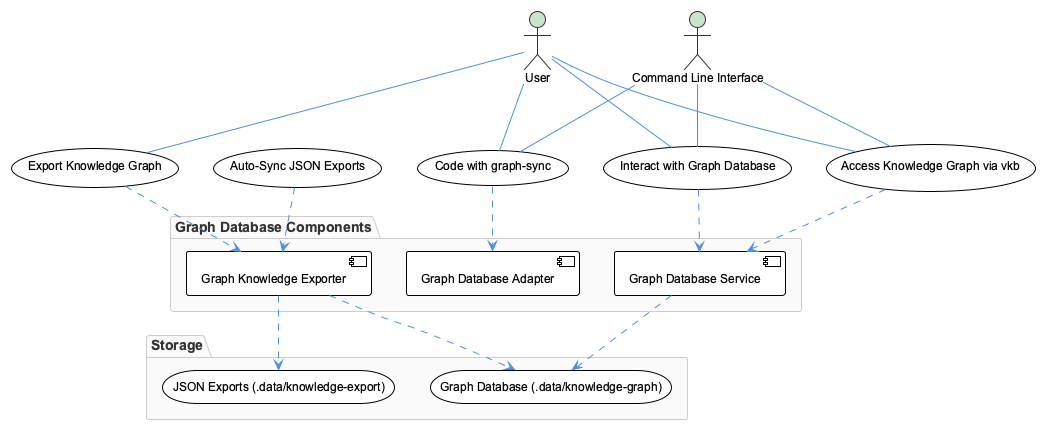
The PlantUML diagram knowledge-management/insights/images/semantic-analysis-agent-system-implementation-use-cases.png in fwornle/coding, before a commit. Its diagram source:
```plantuml
@startuml
!include /Users/q284340/Agentic/coding/docs/puml/_standard-style.puml

actor User as "User"
actor CLI as "Command Line Interface"

usecase "Interact with Graph Database" as (InteractWithGraphDatabase)
usecase "Export Knowledge Graph" as (ExportKnowledgeGraph)
usecase "Auto-Sync JSON Exports" as (AutoSyncJSONExports)
usecase "Access Knowledge Graph via vkb" as (AccessViaVKB)
usecase "Code with graph-sync" as (CodeWithGraphSync)

User -- (InteractWithGraphDatabase)
User -- (ExportKnowledgeGraph)
User -- (AccessViaVKB)
User -- (CodeWithGraphSync)

CLI -- (InteractWithGraphDatabase)
CLI -- (AccessViaVKB)
CLI -- (CodeWithGraphSync)

package "Graph Database Components" {
  component GraphDatabaseService as "Graph Database Service"
  component GraphKnowledgeExporter as "Graph Knowledge Exporter"
  component GraphDatabaseAdapter as "Graph Database Adapter"
}

(InteractWithGraphDatabase) ..> GraphDatabaseService
(ExportKnowledgeGraph) ..> GraphKnowledgeExporter
(AutoSyncJSONExports) ..> GraphKnowledgeExporter
(AccessViaVKB) ..> GraphDatabaseService
(CodeWithGraphSync) ..> GraphDatabaseAdapter

package "Storage" {
  storage GraphDatabase as "Graph Database (.data/knowledge-graph)"
  storage JSONExports as "JSON Exports (.data/knowledge-export)"
}

GraphDatabaseService ..> GraphDatabase
GraphKnowledgeExporter ..> GraphDatabase
GraphKnowledgeExporter ..> JSONExports

@enduml
```
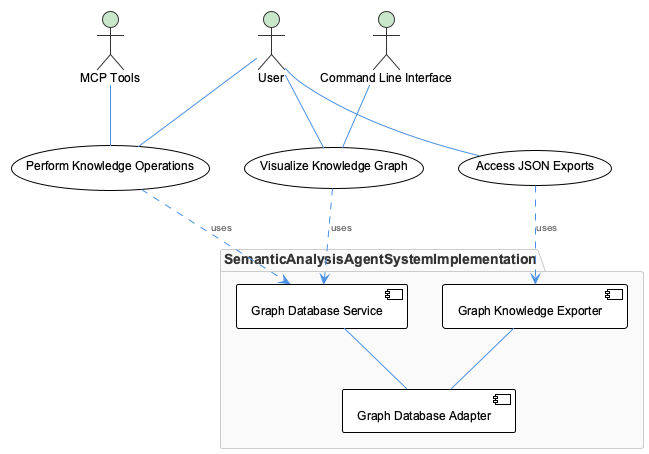
Above is the later version.

Change to the diagram source:
```diff
@@ -3,41 +3,30 @@
 
 actor User as "User"
 actor CLI as "Command Line Interface"
+actor MCP as "MCP Tools"
 
-usecase "Interact with Graph Database" as (InteractWithGraphDatabase)
-usecase "Export Knowledge Graph" as (ExportKnowledgeGraph)
-usecase "Auto-Sync JSON Exports" as (AutoSyncJSONExports)
-usecase "Access Knowledge Graph via vkb" as (AccessViaVKB)
-usecase "Code with graph-sync" as (CodeWithGraphSync)
+usecase "Visualize Knowledge Graph" as (Visualize Knowledge Graph)
+usecase "Perform Knowledge Operations" as (Perform Knowledge Operations)
+usecase "Access JSON Exports" as (Access JSON Exports)
 
-User -- (InteractWithGraphDatabase)
-User -- (ExportKnowledgeGraph)
-User -- (AccessViaVKB)
-User -- (CodeWithGraphSync)
+User -- (Visualize Knowledge Graph)
+User -- (Perform Knowledge Operations)
+User -- (Access JSON Exports)
 
-CLI -- (InteractWithGraphDatabase)
-CLI -- (AccessViaVKB)
-CLI -- (CodeWithGraphSync)
+CLI -- (Visualize Knowledge Graph)
+MCP -- (Perform Knowledge Operations)
 
-package "Graph Database Components" {
+package "SemanticAnalysisAgentSystemImplementation" {
   component GraphDatabaseService as "Graph Database Service"
   component GraphKnowledgeExporter as "Graph Knowledge Exporter"
   component GraphDatabaseAdapter as "Graph Database Adapter"
+
+  (Visualize Knowledge Graph) ..> GraphDatabaseService : uses
+  (Perform Knowledge Operations) ..> GraphDatabaseService : uses
+  (Access JSON Exports) ..> GraphKnowledgeExporter : uses
+
+  GraphDatabaseService -- GraphDatabaseAdapter
+  GraphKnowledgeExporter -- GraphDatabaseAdapter
 }
 
-(InteractWithGraphDatabase) ..> GraphDatabaseService
-(ExportKnowledgeGraph) ..> GraphKnowledgeExporter
-(AutoSyncJSONExports) ..> GraphKnowledgeExporter
-(AccessViaVKB) ..> GraphDatabaseService
-(CodeWithGraphSync) ..> GraphDatabaseAdapter
-
-package "Storage" {
-  storage GraphDatabase as "Graph Database (.data/knowledge-graph)"
-  storage JSONExports as "JSON Exports (.data/knowledge-export)"
-}
-
-GraphDatabaseService ..> GraphDatabase
-GraphKnowledgeExporter ..> GraphDatabase
-GraphKnowledgeExporter ..> JSONExports
-
 @enduml
```
